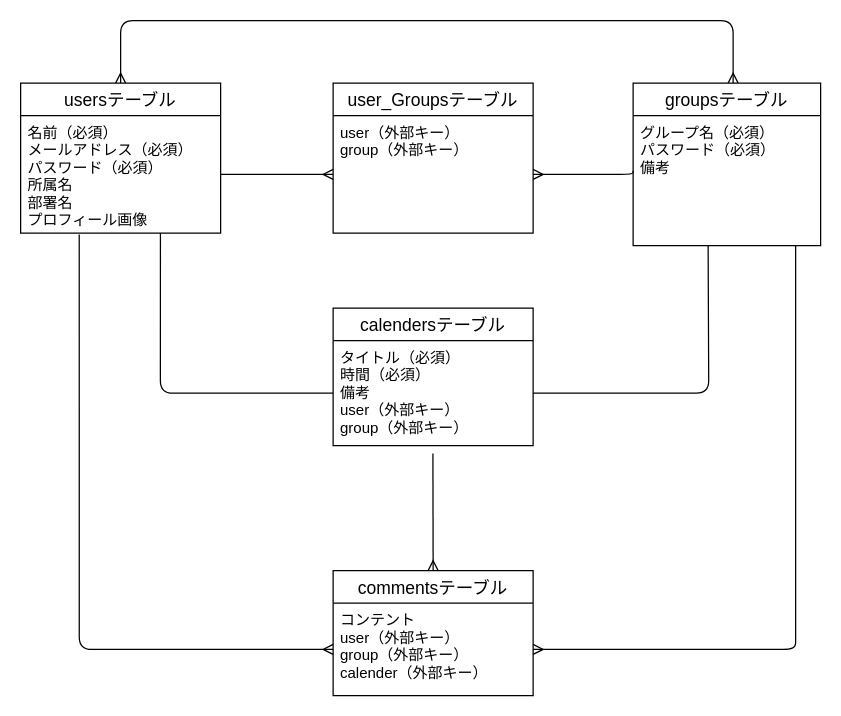
This is grucale.dio from mm913/grucale, a draw.io file, before an edit. Source tidied: cells renumbered, new cells numbered last; positions are measured from the earlier drawing's top-left corner, leaving out a move shared by most shapes. Both pictures are drawn from the tidied source at 125%, with x=0, y=0 at pixel (20, 20).
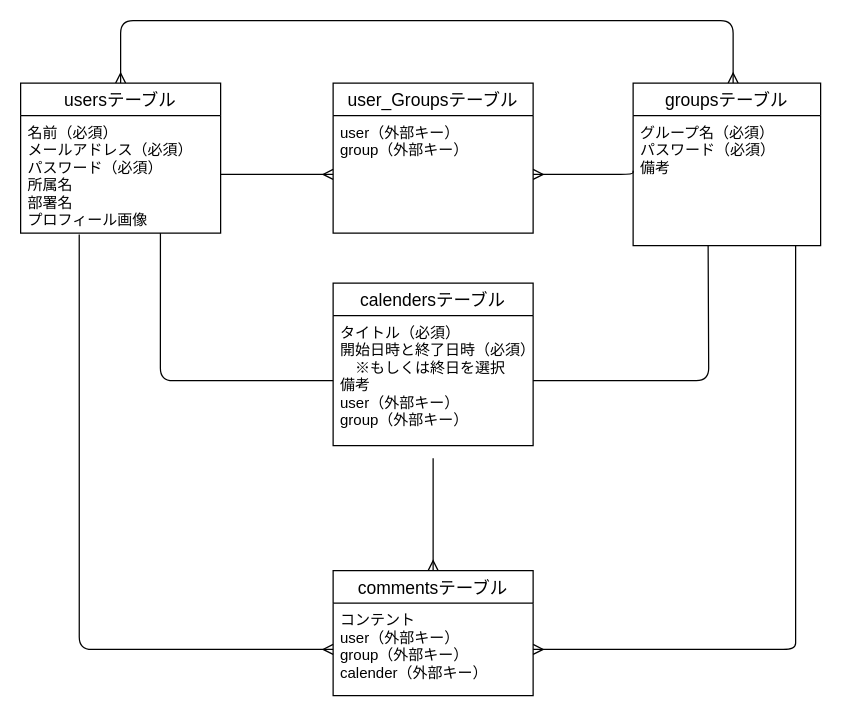
The same diagram, later.

The change refers to these unchanged cells:
```xml
<mxCell id="10" value="commentsテーブル" style="swimlane;fontStyle=0;horizontal=1;startSize=26;align=center;fontSize=14;" parent="1" vertex="1">
  <mxGeometry x="250" y="440" width="160" height="100" as="geometry" />
</mxCell>
```

What changed in the source:
```diff
@@
     <mxCell id="7" value="calendersテーブル" style="swimlane;fontStyle=0;horizontal=1;startSize=26;align=center;fontSize=14;" parent="1" vertex="1">
-      <mxGeometry x="250" y="230" width="160" height="110" as="geometry" />
+      <mxGeometry x="250" y="210" width="160" height="130" as="geometry" />
     </mxCell>
-    <mxCell id="8" value="タイトル（必須）&#10;時間（必須）&#10;備考&#10;user（外部キー）&#10;group（外部キー）" style="text;strokeColor=none;fillColor=none;spacingLeft=4;spacingRight=4;overflow=hidden;points=[[0,0.5],[1,0.5]];portConstraint=eastwest;fontSize=12;" parent="7" vertex="1">
-      <mxGeometry y="26" width="160" height="84" as="geometry" />
+    <mxCell id="8" value="タイトル（必須）&#10;開始日時と終了日時（必須）&#10;　※もしくは終日を選択&#10;備考&#10;user（外部キー）&#10;group（外部キー）" style="text;strokeColor=none;fillColor=none;spacingLeft=4;spacingRight=4;overflow=hidden;points=[[0,0.5],[1,0.5]];portConstraint=eastwest;fontSize=12;" parent="7" vertex="1">
+      <mxGeometry y="26" width="160" height="104" as="geometry" />
     </mxCell>
-    <mxCell id="9" style="edgeStyle=orthogonalEdgeStyle;html=1;exitX=0.5;exitY=0;exitDx=0;exitDy=0;startArrow=ERmany;startFill=0;endArrow=none;endFill=0;entryX=0.499;entryY=1.074;entryDx=0;entryDy=0;entryPerimeter=0;" parent="1" edge="1" source="10" target="8">
+    <mxCell id="9" style="edgeStyle=orthogonalEdgeStyle;html=1;exitX=0.5;exitY=0;exitDx=0;exitDy=0;startArrow=ERmany;startFill=0;endArrow=none;endFill=0;" parent="1" edge="1" source="10">
       <mxGeometry relative="1" as="geometry">
+        <mxPoint x="330" y="350" as="targetPoint" />
         <Array as="points">
           <mxPoint x="330" y="440" />
           <mxPoint x="330" y="346" />
         </Array>
       </mxGeometry>
     </mxCell>
```
